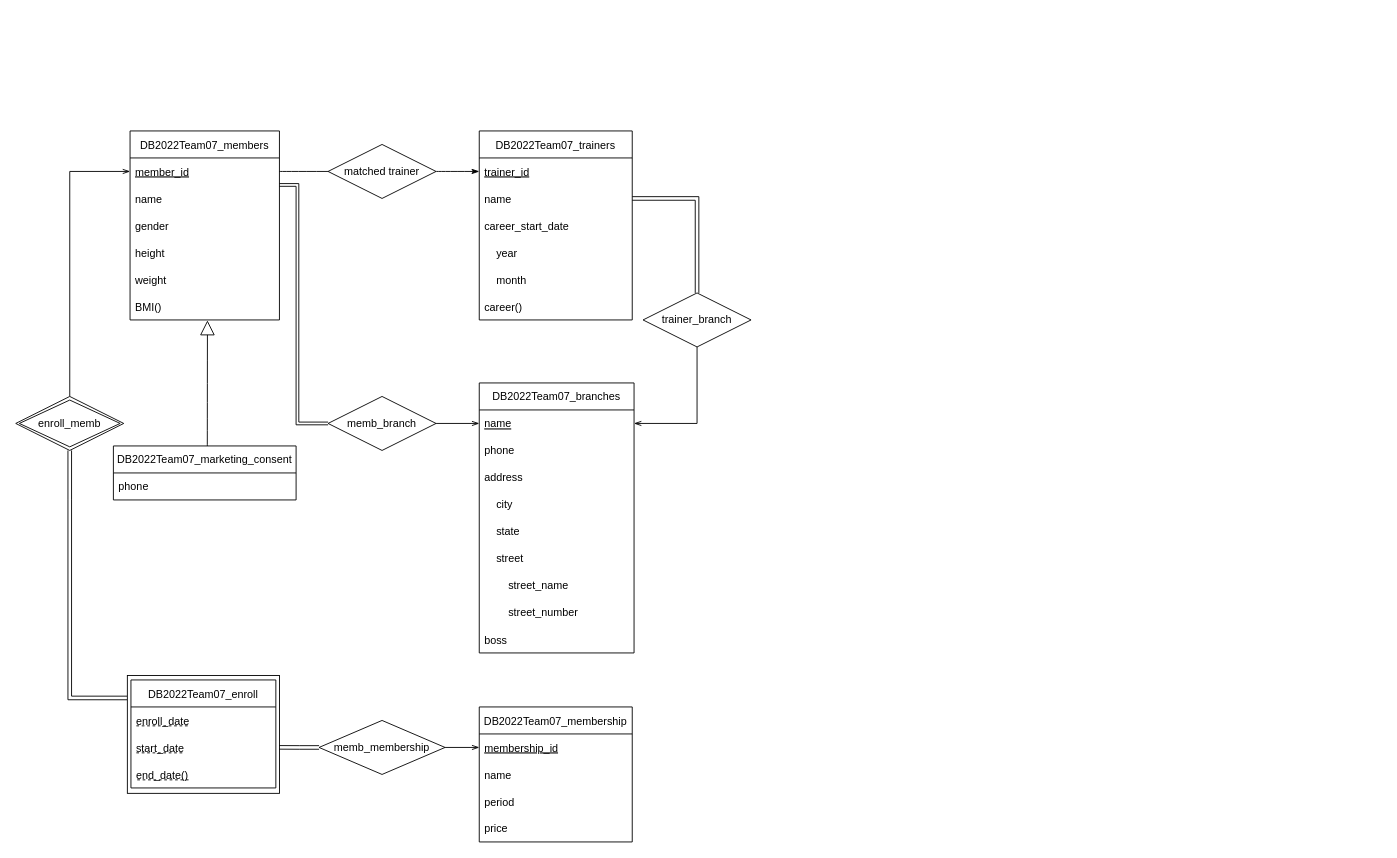
Above: ER_Diagram_인간DB.drawio in CSE-pebble/Database-Project_HumanDB (draw.io), before the change. Source tidied: cells renumbered, new cells numbered last; positions are measured from the earlier drawing's top-left corner, leaving out a move shared by most shapes. Both pictures are drawn from the tidied source at 90%, with x=0, y=0 at pixel (15, 130).
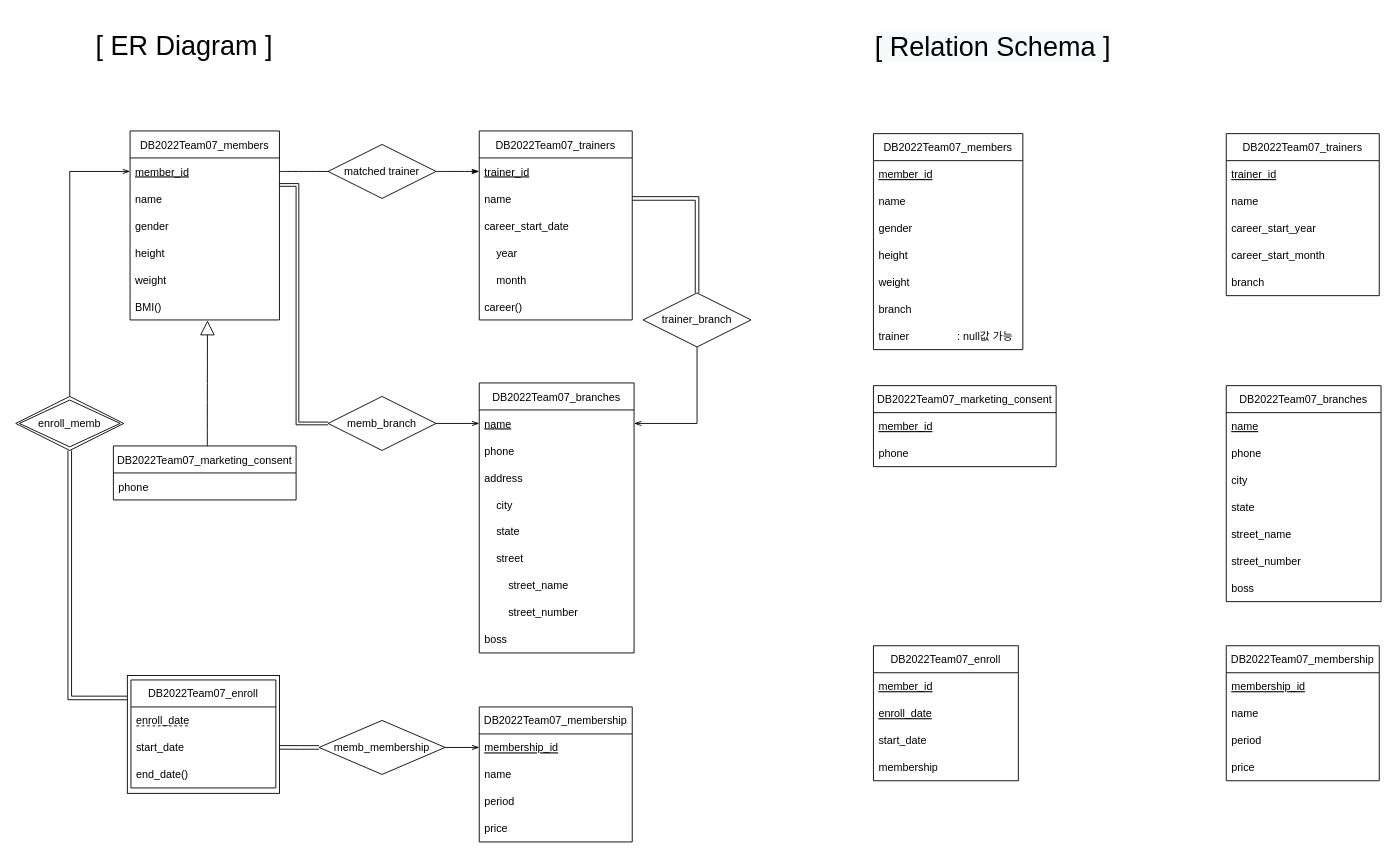
After the change.

Commit message:
Relation Schema

revise ER Diagram and add Relation Schema

Unchanged cells that the change refers to:
```xml
<mxCell id="10" value="DB2022Team07_enroll" style="swimlane;fontStyle=0;horizontal=1;startSize=30;hachureGap=4;gradientColor=none;swimlaneFillColor=none;" parent="1" vertex="1">
  <mxGeometry x="128" y="610" width="161" height="120" as="geometry" />
</mxCell>
```

The edit, as a diff of the source:
```diff
@@
-    <mxCell id="15" style="endArrow=none;dashed=1;html=1;rounded=0;sourcePerimeterSpacing=8;targetPerimeterSpacing=8;" parent="10" edge="1">
-      <mxGeometry relative="1" as="geometry">
-        <mxPoint x="7" y="111" as="sourcePoint" />
-        <mxPoint x="66" y="111" as="targetPoint" />
-      </mxGeometry>
-    </mxCell>
@@
-    <mxCell id="53" style="endArrow=none;dashed=1;html=1;rounded=0;sourcePerimeterSpacing=8;targetPerimeterSpacing=8;" parent="1" edge="1">
-      <mxGeometry relative="1" as="geometry">
-        <mxPoint x="134" y="691" as="sourcePoint" />
-        <mxPoint x="187" y="691" as="targetPoint" />
-      </mxGeometry>
-    </mxCell>
@@
+    <mxCell id="57" value="DB2022Team07_members" style="swimlane;fontStyle=0;horizontal=1;startSize=30;hachureGap=4;" parent="1" vertex="1">
+      <mxGeometry x="953" y="3" width="166" height="240" as="geometry" />
+    </mxCell>
+    <mxCell id="58" value="member_id" style="text;strokeColor=none;fillColor=none;align=left;verticalAlign=middle;spacingLeft=4;spacingRight=4;overflow=hidden;hachureGap=4;fontStyle=4;" parent="57" vertex="1">
+      <mxGeometry y="30" width="166" height="30" as="geometry" />
+    </mxCell>
+    <mxCell id="59" value="name" style="text;strokeColor=none;fillColor=none;align=left;verticalAlign=middle;spacingLeft=4;spacingRight=4;overflow=hidden;hachureGap=4;" parent="57" vertex="1">
+      <mxGeometry y="60" width="166" height="30" as="geometry" />
+    </mxCell>
+    <mxCell id="60" value="gender" style="text;strokeColor=none;fillColor=none;align=left;verticalAlign=middle;spacingLeft=4;spacingRight=4;overflow=hidden;hachureGap=4;" parent="57" vertex="1">
+      <mxGeometry y="90" width="166" height="30" as="geometry" />
+    </mxCell>
+    <mxCell id="61" value="height" style="text;strokeColor=none;fillColor=none;align=left;verticalAlign=middle;spacingLeft=4;spacingRight=4;overflow=hidden;hachureGap=4;" parent="57" vertex="1">
+      <mxGeometry y="120" width="166" height="30" as="geometry" />
+    </mxCell>
+    <mxCell id="62" value="weight" style="text;strokeColor=none;fillColor=none;align=left;verticalAlign=middle;spacingLeft=4;spacingRight=4;overflow=hidden;hachureGap=4;" parent="57" vertex="1">
+      <mxGeometry y="150" width="166" height="30" as="geometry" />
+    </mxCell>
+    <mxCell id="63" value="branch" style="text;strokeColor=none;fillColor=none;align=left;verticalAlign=middle;spacingLeft=4;spacingRight=4;overflow=hidden;hachureGap=4;" parent="57" vertex="1">
+      <mxGeometry y="180" width="166" height="30" as="geometry" />
+    </mxCell>
+    <mxCell id="64" value="trainer                : null값 가능" style="text;strokeColor=none;fillColor=none;align=left;verticalAlign=middle;spacingLeft=4;spacingRight=4;overflow=hidden;hachureGap=4;" parent="57" vertex="1">
+      <mxGeometry y="210" width="166" height="30" as="geometry" />
+    </mxCell>
+    <mxCell id="65" value="DB2022Team07_enroll" style="swimlane;fontStyle=0;horizontal=1;startSize=30;hachureGap=4;gradientColor=none;swimlaneFillColor=none;" parent="1" vertex="1">
+      <mxGeometry x="953" y="572" width="161" height="150" as="geometry" />
+    </mxCell>
+    <mxCell id="66" value="member_id" style="text;strokeColor=none;fillColor=none;align=left;verticalAlign=middle;spacingLeft=4;spacingRight=4;overflow=hidden;hachureGap=4;fontStyle=4;" parent="65" vertex="1">
+      <mxGeometry y="30" width="161" height="30" as="geometry" />
+    </mxCell>
+    <mxCell id="67" value="enroll_date" style="text;strokeColor=none;fillColor=none;align=left;verticalAlign=middle;spacingLeft=4;spacingRight=4;overflow=hidden;hachureGap=4;fontStyle=4;dashed=1;horizontal=1;" parent="65" vertex="1">
+      <mxGeometry y="60" width="161" height="30" as="geometry" />
+    </mxCell>
+    <mxCell id="68" value="start_date" style="text;strokeColor=none;fillColor=none;align=left;verticalAlign=middle;spacingLeft=4;spacingRight=4;overflow=hidden;hachureGap=4;" parent="65" vertex="1">
+      <mxGeometry y="90" width="161" height="30" as="geometry" />
+    </mxCell>
+    <mxCell id="69" value="membership" style="text;strokeColor=none;fillColor=none;align=left;verticalAlign=middle;spacingLeft=4;spacingRight=4;overflow=hidden;hachureGap=4;fontStyle=0;" parent="65" vertex="1">
+      <mxGeometry y="120" width="161" height="30" as="geometry" />
+    </mxCell>
+    <mxCell id="70" value="DB2022Team07_branches" style="swimlane;fontStyle=0;horizontal=1;startSize=30;hachureGap=4;" parent="1" vertex="1">
+      <mxGeometry x="1345" y="283" width="172" height="240" as="geometry" />
+    </mxCell>
+    <mxCell id="71" value="name" style="text;strokeColor=none;fillColor=none;align=left;verticalAlign=middle;spacingLeft=4;spacingRight=4;overflow=hidden;hachureGap=4;fontStyle=4;" parent="70" vertex="1">
+      <mxGeometry y="30" width="172" height="30" as="geometry" />
+    </mxCell>
+    <mxCell id="72" value="phone" style="text;strokeColor=none;fillColor=none;align=left;verticalAlign=middle;spacingLeft=4;spacingRight=4;overflow=hidden;hachureGap=4;" parent="70" vertex="1">
+      <mxGeometry y="60" width="172" height="30" as="geometry" />
+    </mxCell>
+    <mxCell id="73" value="city" style="text;strokeColor=none;fillColor=none;align=left;verticalAlign=middle;spacingLeft=4;spacingRight=4;overflow=hidden;hachureGap=4;" parent="70" vertex="1">
+      <mxGeometry y="90" width="172" height="30" as="geometry" />
+    </mxCell>
+    <mxCell id="74" value="state" style="text;strokeColor=none;fillColor=none;align=left;verticalAlign=middle;spacingLeft=4;spacingRight=4;overflow=hidden;hachureGap=4;" parent="70" vertex="1">
+      <mxGeometry y="120" width="172" height="30" as="geometry" />
+    </mxCell>
+    <mxCell id="75" value="street_name" style="text;strokeColor=none;fillColor=none;align=left;verticalAlign=middle;spacingLeft=4;spacingRight=4;overflow=hidden;hachureGap=4;" parent="70" vertex="1">
+      <mxGeometry y="150" width="172" height="30" as="geometry" />
+    </mxCell>
+    <mxCell id="76" value="street_number" style="text;strokeColor=none;fillColor=none;align=left;verticalAlign=middle;spacingLeft=4;spacingRight=4;overflow=hidden;hachureGap=4;" parent="70" vertex="1">
+      <mxGeometry y="180" width="172" height="30" as="geometry" />
+    </mxCell>
+    <mxCell id="77" value="boss" style="text;strokeColor=none;fillColor=none;align=left;verticalAlign=middle;spacingLeft=4;spacingRight=4;overflow=hidden;hachureGap=4;" parent="70" vertex="1">
+      <mxGeometry y="210" width="172" height="30" as="geometry" />
+    </mxCell>
+    <mxCell id="78" value="DB2022Team07_membership" style="swimlane;fontStyle=0;horizontal=1;startSize=30;hachureGap=4;" parent="1" vertex="1">
+      <mxGeometry x="1345" y="572" width="170" height="150" as="geometry" />
+    </mxCell>
+    <mxCell id="79" value="membership_id" style="text;strokeColor=none;fillColor=none;align=left;verticalAlign=middle;spacingLeft=4;spacingRight=4;overflow=hidden;hachureGap=4;fontStyle=4;" parent="78" vertex="1">
+      <mxGeometry y="30" width="170" height="30" as="geometry" />
+    </mxCell>
+    <mxCell id="80" value="name" style="text;strokeColor=none;fillColor=none;align=left;verticalAlign=middle;spacingLeft=4;spacingRight=4;overflow=hidden;hachureGap=4;" parent="78" vertex="1">
+      <mxGeometry y="60" width="170" height="30" as="geometry" />
+    </mxCell>
+    <mxCell id="81" value="period" style="text;strokeColor=none;fillColor=none;align=left;verticalAlign=middle;spacingLeft=4;spacingRight=4;overflow=hidden;hachureGap=4;" parent="78" vertex="1">
+      <mxGeometry y="90" width="170" height="30" as="geometry" />
+    </mxCell>
+    <mxCell id="82" value="price" style="text;strokeColor=none;fillColor=none;align=left;verticalAlign=middle;spacingLeft=4;spacingRight=4;overflow=hidden;hachureGap=4;" parent="78" vertex="1">
+      <mxGeometry y="120" width="170" height="30" as="geometry" />
+    </mxCell>
+    <mxCell id="83" value="DB2022Team07_trainers" style="swimlane;fontStyle=0;horizontal=1;startSize=30;hachureGap=4;" parent="1" vertex="1">
+      <mxGeometry x="1345" y="3" width="170" height="180" as="geometry" />
+    </mxCell>
+    <mxCell id="84" value="trainer_id" style="text;strokeColor=none;fillColor=none;align=left;verticalAlign=middle;spacingLeft=4;spacingRight=4;overflow=hidden;hachureGap=4;fontStyle=4;" parent="83" vertex="1">
+      <mxGeometry y="30" width="170" height="30" as="geometry" />
+    </mxCell>
+    <mxCell id="85" value="name" style="text;strokeColor=none;fillColor=none;align=left;verticalAlign=middle;spacingLeft=4;spacingRight=4;overflow=hidden;hachureGap=4;" parent="83" vertex="1">
+      <mxGeometry y="60" width="170" height="30" as="geometry" />
+    </mxCell>
+    <mxCell id="86" value="career_start_year" style="text;strokeColor=none;fillColor=none;align=left;verticalAlign=middle;spacingLeft=4;spacingRight=4;overflow=hidden;hachureGap=4;" parent="83" vertex="1">
+      <mxGeometry y="90" width="170" height="30" as="geometry" />
+    </mxCell>
+    <mxCell id="87" value="career_start_month" style="text;strokeColor=none;fillColor=none;align=left;verticalAlign=middle;spacingLeft=4;spacingRight=4;overflow=hidden;hachureGap=4;" parent="83" vertex="1">
+      <mxGeometry y="120" width="170" height="30" as="geometry" />
+    </mxCell>
+    <mxCell id="88" value="branch" style="text;strokeColor=none;fillColor=none;align=left;verticalAlign=middle;spacingLeft=4;spacingRight=4;overflow=hidden;hachureGap=4;" parent="83" vertex="1">
+      <mxGeometry y="150" width="170" height="30" as="geometry" />
+    </mxCell>
+    <mxCell id="89" value="DB2022Team07_marketing_consent" style="swimlane;fontStyle=0;horizontal=1;startSize=30;hachureGap=4;" parent="1" vertex="1">
+      <mxGeometry x="953" y="283" width="203" height="90" as="geometry" />
+    </mxCell>
+    <mxCell id="90" value="member_id" style="text;strokeColor=none;fillColor=none;align=left;verticalAlign=middle;spacingLeft=4;spacingRight=4;overflow=hidden;hachureGap=4;fontStyle=4;" parent="89" vertex="1">
+      <mxGeometry y="30" width="203" height="30" as="geometry" />
+    </mxCell>
+    <mxCell id="91" value="phone" style="text;strokeColor=none;fillColor=none;align=left;verticalAlign=middle;spacingLeft=4;spacingRight=4;overflow=hidden;hachureGap=4;" parent="89" vertex="1">
+      <mxGeometry y="60" width="203" height="30" as="geometry" />
+    </mxCell>
+    <mxCell id="92" value="[ ER Diagram ]" style="text;strokeColor=none;fillColor=none;align=left;verticalAlign=middle;spacingLeft=4;spacingRight=4;overflow=hidden;hachureGap=4;fontSize=30;" parent="1" vertex="1">
+      <mxGeometry x="83" y="-128" width="230" height="60" as="geometry" />
+    </mxCell>
+    <mxCell id="93" value="&lt;span style=&quot;color: rgb(0, 0, 0); font-family: Helvetica; font-size: 30px; font-style: normal; font-variant-ligatures: normal; font-variant-caps: normal; font-weight: 400; letter-spacing: normal; orphans: 2; text-align: left; text-indent: 0px; text-transform: none; widows: 2; word-spacing: 0px; -webkit-text-stroke-width: 0px; background-color: rgb(248, 249, 250); text-decoration-thickness: initial; text-decoration-style: initial; text-decoration-color: initial; float: none; display: inline !important;&quot;&gt;[ Relation Schema ]&lt;/span&gt;" style="text;whiteSpace=wrap;html=1;fontSize=30;" parent="1" vertex="1">
+      <mxGeometry x="953" y="-118" width="290" height="50" as="geometry" />
+    </mxCell>
```
